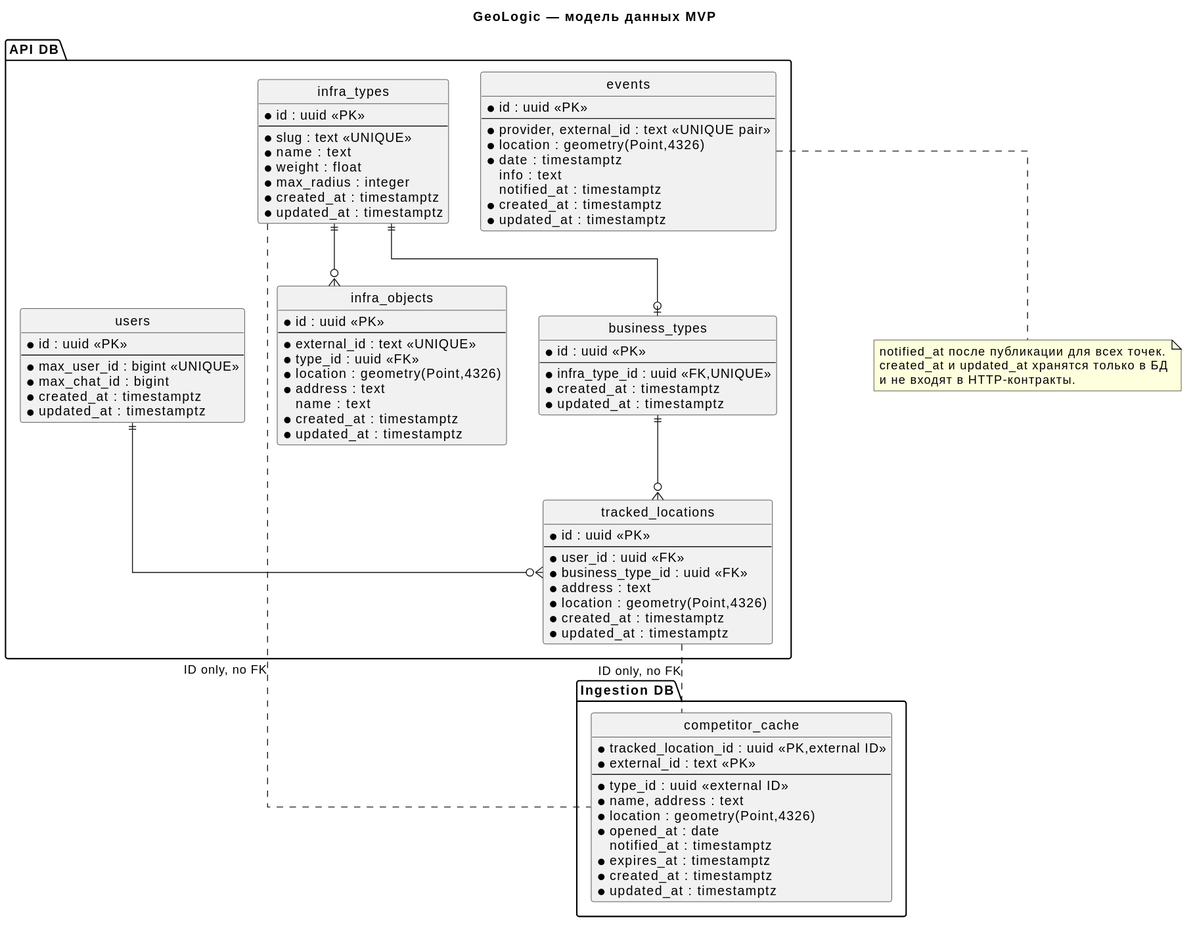
Above: docs/diagrams/rendered/er-model.svg in kotafan1rich/GeoLogic-Monitor (PlantUML), before the change.
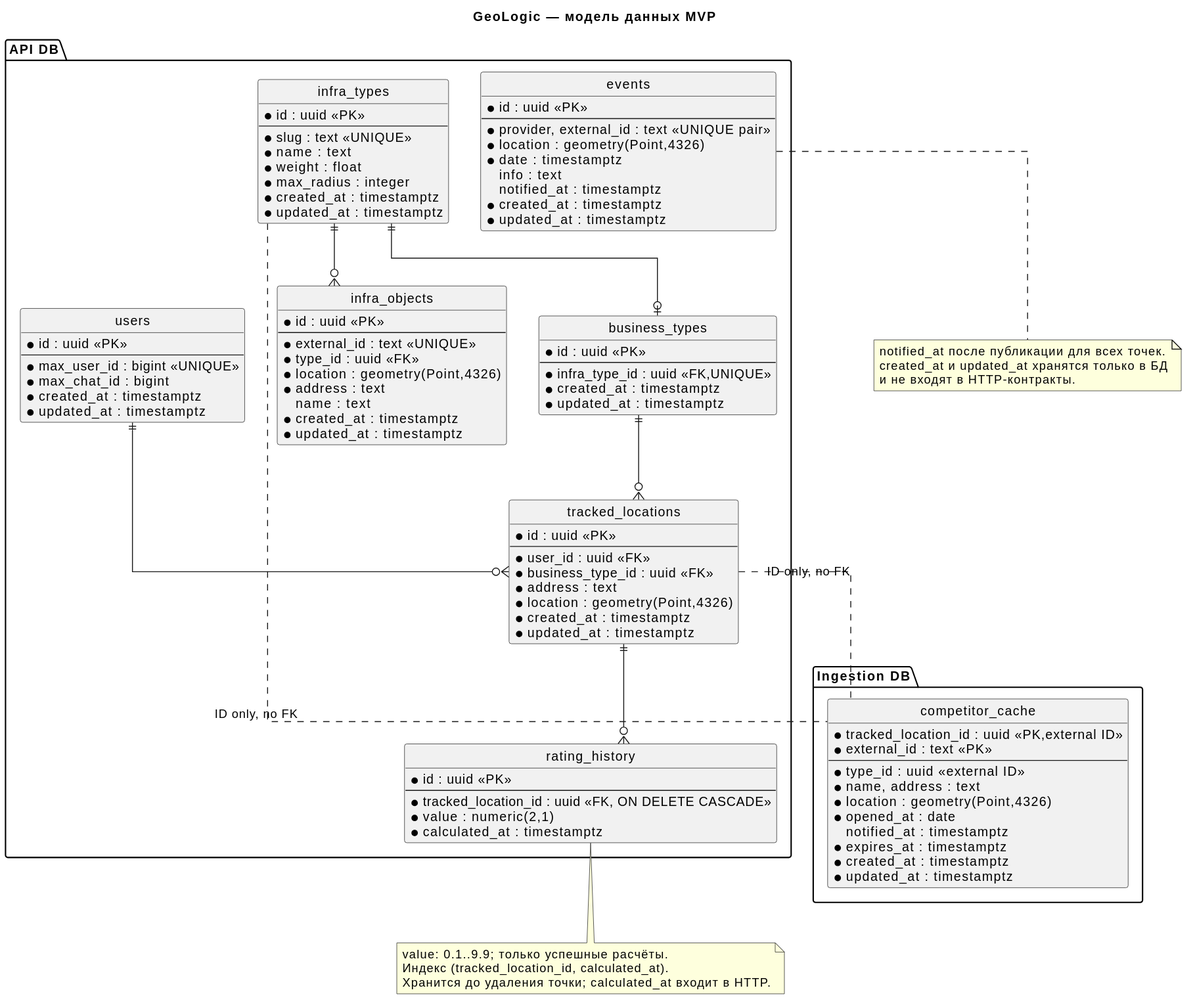
The same diagram one commit later.

What changed in the source:
```diff
@@ -20,6 +20,13 @@
  * location : geometry(Point,4326)
  * created_at : timestamptz
  * updated_at : timestamptz
+}
+entity rating_history {
+ * id : uuid <<PK>>
+ --
+ * tracked_location_id : uuid <<FK, ON DELETE CASCADE>>
+ * value : numeric(2,1)
+ * calculated_at : timestamptz
 }
 entity infra_types {
  * id : uuid <<PK>>
@@ -77,6 +84,12 @@
 }
 }
 users ||--o{ tracked_locations
+tracked_locations ||--o{ rating_history
+note bottom of rating_history
+ value: 0.1..9.9; только успешные расчёты.
+ Индекс (tracked_location_id, calculated_at).
+ Хранится до удаления точки; calculated_at входит в HTTP.
+end note
 infra_types ||--o{ infra_objects
 infra_types ||--o| business_types
 business_types ||--o{ tracked_locations
```
